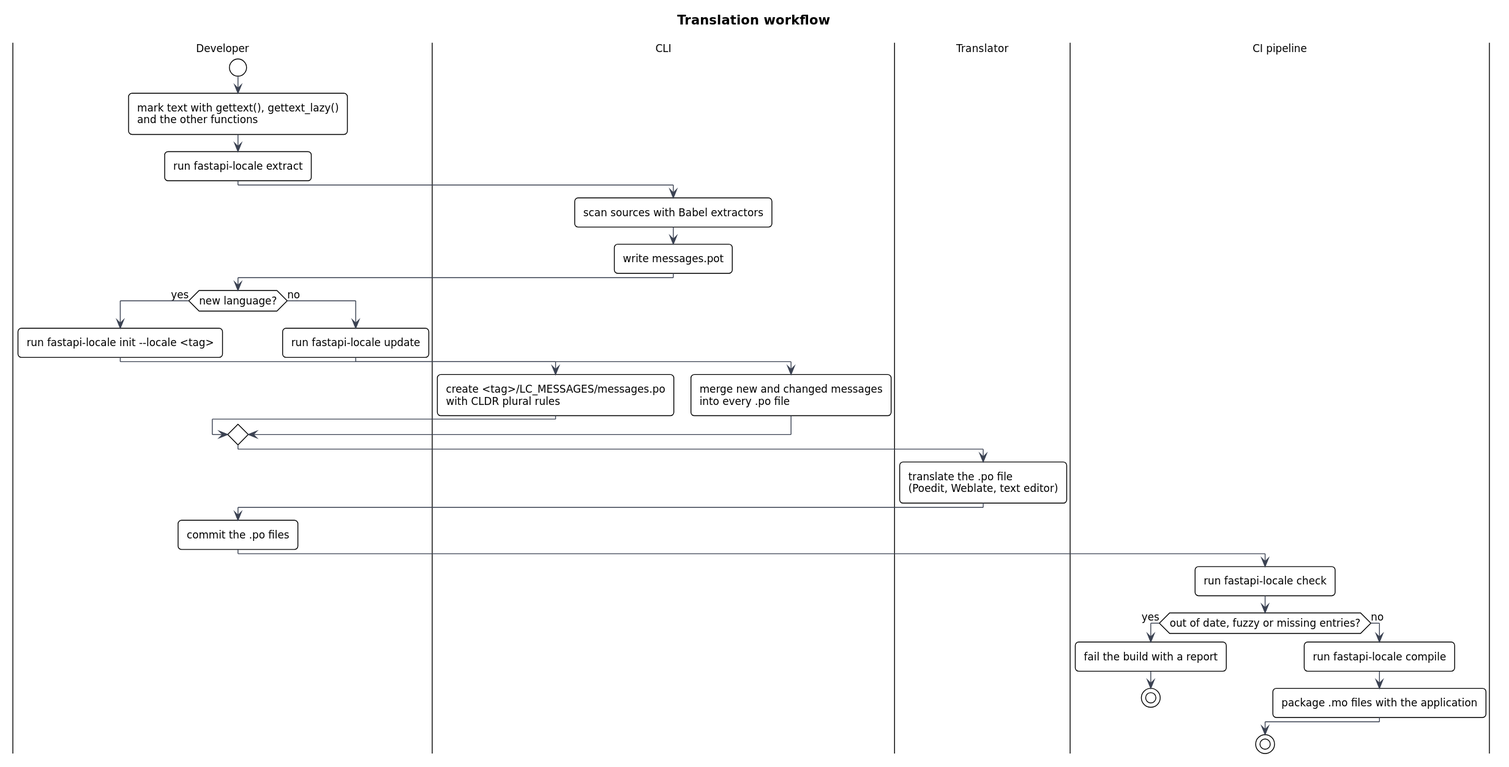
fastapi-extensions/fastapi-locale keeps this PlantUML diagram as docs/diagrams/activity-catalog-workflow.svg. Above is the earlier version. Its source is kept beside it as docs/diagrams/activity-catalog-workflow.puml. Source of this version:
```plantuml
@startuml activity-catalog-workflow
!include include/style.iuml
title Translation workflow

|Developer|
start
:mark text with gettext(), gettext_lazy()\nand the other functions;
:run fastapi-locale extract;
|CLI|
:scan sources with Babel extractors;
:write messages.pot;
|Developer|
if (new language?) then (yes)
  :run fastapi-locale init --locale <tag>;
  |CLI|
  :create <tag>/LC_MESSAGES/messages.po\nwith CLDR plural rules;
else (no)
  |Developer|
  :run fastapi-locale update;
  |CLI|
  :merge new and changed messages\ninto every .po file;
endif
|Translator|
:translate the .po file\n(Poedit, Weblate, text editor);
|Developer|
:commit the .po files;
|CI pipeline|
:run fastapi-locale check;
if (out of date, fuzzy or missing entries?) then (yes)
  :fail the build with a report;
  stop
else (no)
  :run fastapi-locale compile;
  :package .mo files with the application;
endif
stop
@enduml
```
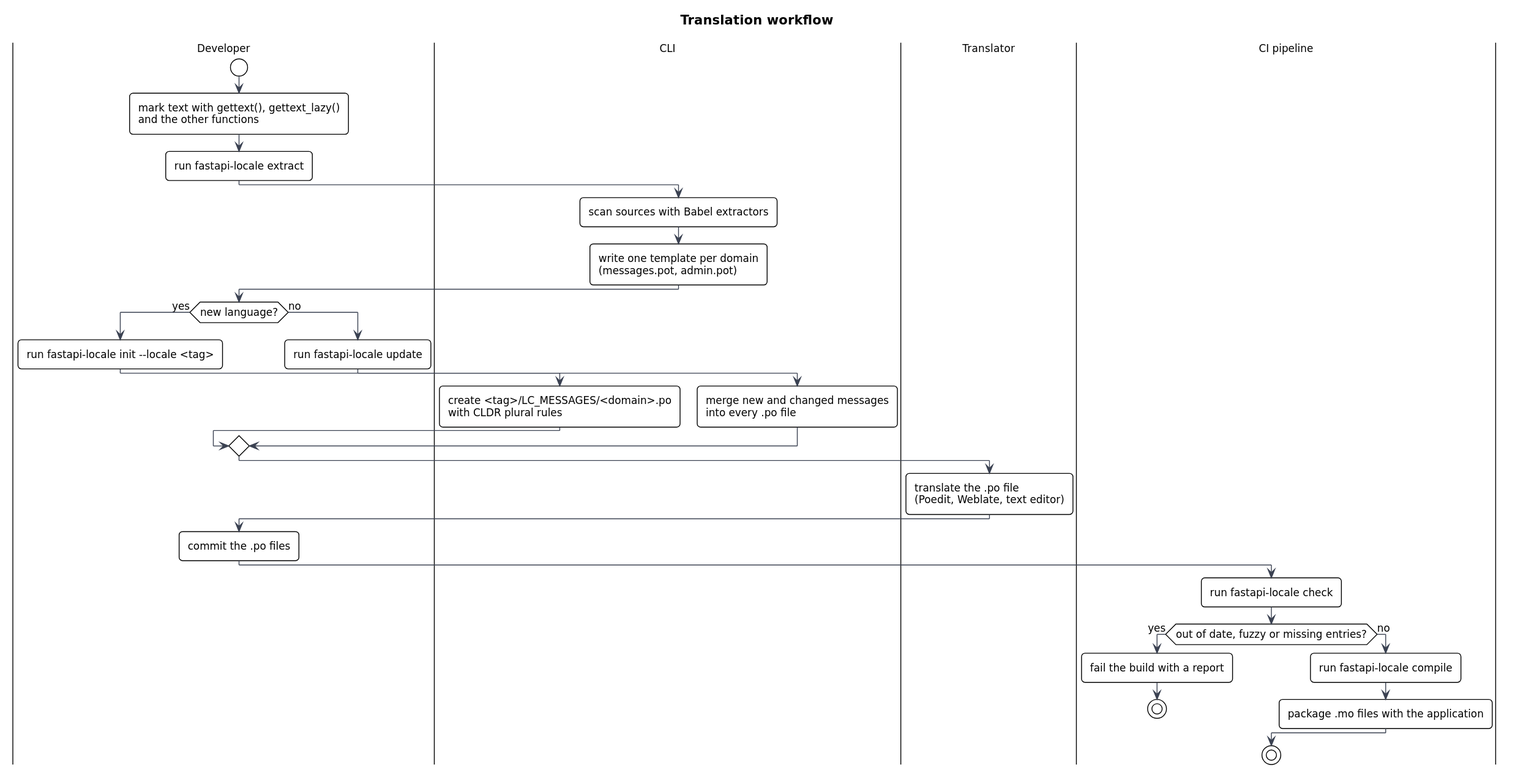
After the commit.

Diff of the diagram source:
```diff
@@ -8,12 +8,12 @@
 :run fastapi-locale extract;
 |CLI|
 :scan sources with Babel extractors;
-:write messages.pot;
+:write one template per domain\n(messages.pot, admin.pot);
 |Developer|
 if (new language?) then (yes)
   :run fastapi-locale init --locale <tag>;
   |CLI|
-  :create <tag>/LC_MESSAGES/messages.po\nwith CLDR plural rules;
+  :create <tag>/LC_MESSAGES/<domain>.po\nwith CLDR plural rules;
 else (no)
   |Developer|
   :run fastapi-locale update;
```
